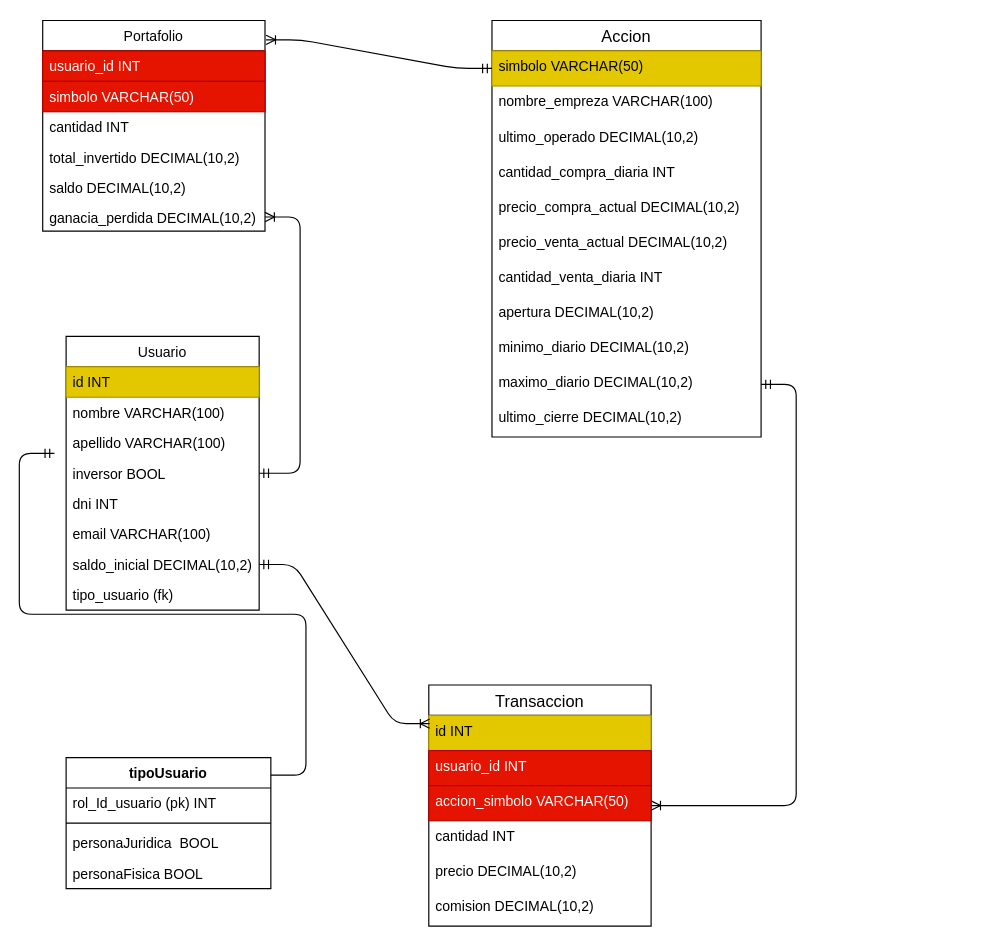
Above: base_de_datos/proyecto.drawio in ispc-team-13/argBrokerDemo (draw.io), before the change. Source tidied: cells renumbered, new cells numbered last; positions are measured from the earlier drawing's top-left corner, leaving out a move shared by most shapes. Both pictures are drawn from the tidied source at 117%, with x=0, y=0 at pixel (42, 20).
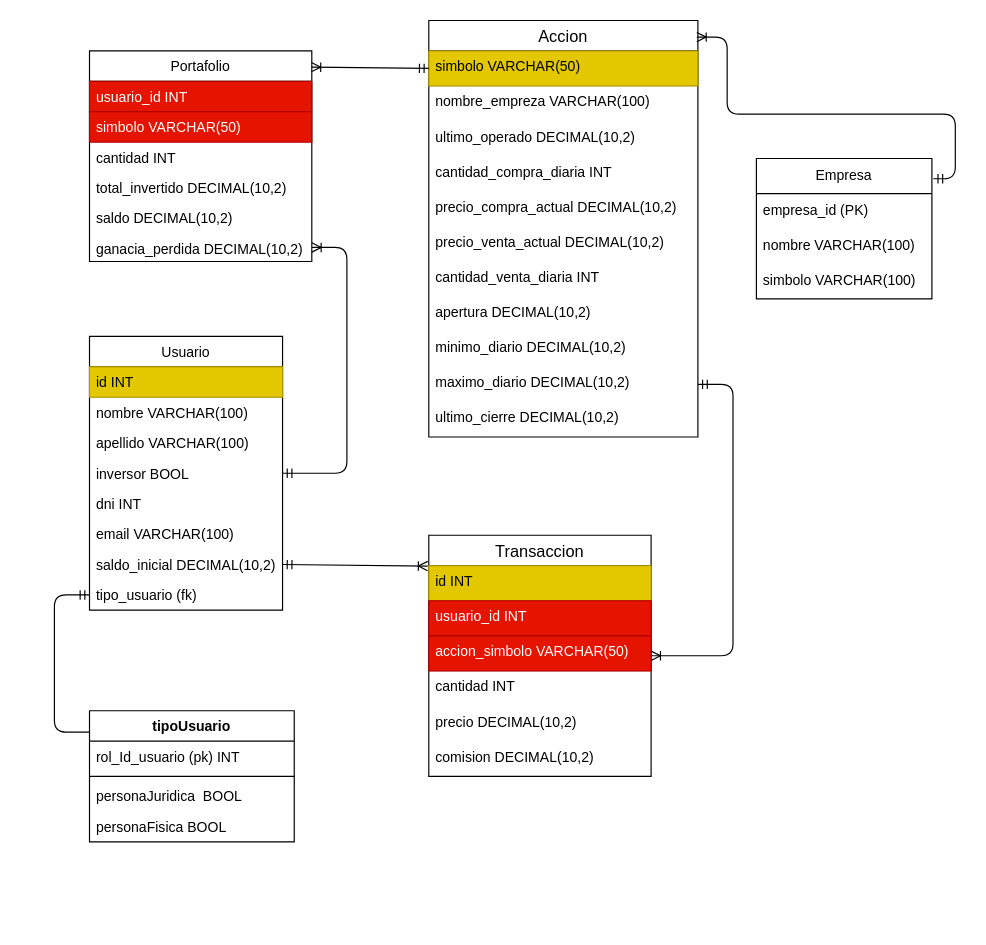
Above is the later version.

Commit message:
Add Tabla Empresa BD

The change refers to these unchanged cells:
```xml
<mxCell id="16" value="saldo_inicial DECIMAL(10,2)" style="text;strokeColor=none;fillColor=none;align=left;verticalAlign=top;spacingLeft=4;spacingRight=4;overflow=hidden;points=[[0,0.5],[1,0.5]];portConstraint=eastwest;" parent="9" vertex="1">
  <mxGeometry y="182" width="165" height="26" as="geometry" />
</mxCell>
<mxCell id="17" value="tipo_usuario (fk)" style="text;strokeColor=none;fillColor=none;align=left;verticalAlign=top;spacingLeft=4;spacingRight=4;overflow=hidden;points=[[0,0.5],[1,0.5]];portConstraint=eastwest;" parent="9" vertex="1">
  <mxGeometry y="208" width="165" height="26" as="geometry" />
</mxCell>
<mxCell id="20" value="simbolo VARCHAR(50)" style="text;strokeColor=#B09500;fillColor=#e3c800;spacingLeft=4;spacingRight=4;overflow=hidden;points=[[0,0.5],[1,0.5]];portConstraint=eastwest;fontSize=12;fontColor=#000000;" parent="19" vertex="1">
  <mxGeometry y="26" width="230" height="30" as="geometry" />
</mxCell>
<mxCell id="33" value="id INT" style="text;strokeColor=#B09500;fillColor=#e3c800;spacingLeft=4;spacingRight=4;overflow=hidden;points=[[0,0.5],[1,0.5]];portConstraint=eastwest;fontSize=12;fontColor=#000000;" parent="32" vertex="1">
  <mxGeometry y="26" width="190" height="30" as="geometry" />
</mxCell>
```

What changed in the source:
```diff
@@
     <mxCell id="2" value="Portafolio" style="swimlane;fontStyle=0;horizontal=1;startSize=26;fillColor=default;" parent="1" vertex="1">
-      <mxGeometry width="190" height="180" as="geometry" />
+      <mxGeometry x="40" y="26" width="190" height="180" as="geometry" />
     </mxCell>
@@
     <mxCell id="9" value="Usuario" style="swimlane;fontStyle=0;horizontal=1;startSize=26;fillColor=default;direction=east;" parent="1" vertex="1">
-      <mxGeometry x="20" y="270" width="165" height="234" as="geometry" />
+      <mxGeometry x="40" y="270" width="165" height="234" as="geometry" />
     </mxCell>
@@
     <mxCell id="19" value="Accion" style="swimlane;fontStyle=0;horizontal=1;startSize=26;align=center;fontSize=14;" parent="1" vertex="1">
-      <mxGeometry x="384" width="230" height="356" as="geometry" />
+      <mxGeometry x="330" width="230" height="356" as="geometry" />
     </mxCell>
@@
-    <mxCell id="31" style="edgeStyle=entityRelationEdgeStyle;fontSize=12;html=1;endArrow=ERoneToMany;startArrow=ERmandOne;entryX=1.005;entryY=0.092;entryDx=0;entryDy=0;entryPerimeter=0;exitX=0;exitY=0.5;exitDx=0;exitDy=0;" parent="1" edge="1" source="20" target="2">
+    <mxCell id="31" style="fontSize=12;html=1;endArrow=ERoneToMany;startArrow=ERmandOne;entryX=0.998;entryY=0.077;entryDx=0;entryDy=0;entryPerimeter=0;exitX=0;exitY=0.5;exitDx=0;exitDy=0;" parent="1" edge="1" source="20" target="2">
       <mxGeometry relative="1" as="geometry" />
     </mxCell>
     <mxCell id="32" value="Transaccion" style="swimlane;fontStyle=0;horizontal=1;startSize=26;align=center;fontSize=14;fillColor=default;" parent="1" vertex="1">
-      <mxGeometry x="330" y="568" width="190" height="206" as="geometry" />
+      <mxGeometry x="330" y="440" width="190" height="206" as="geometry" />
     </mxCell>
@@
-    <mxCell id="39" style="edgeStyle=entityRelationEdgeStyle;fontSize=12;html=1;endArrow=ERoneToMany;startArrow=ERmandOne;exitX=1;exitY=0.5;exitDx=0;exitDy=0;entryX=0.004;entryY=0.234;entryDx=0;entryDy=0;entryPerimeter=0;" parent="1" edge="1" source="16" target="33">
+    <mxCell id="39" style="fontSize=12;html=1;endArrow=ERoneToMany;startArrow=ERmandOne;exitX=1;exitY=0.5;exitDx=0;exitDy=0;entryX=-0.005;entryY=0.01;entryDx=0;entryDy=0;entryPerimeter=0;" parent="1" edge="1" source="16" target="33">
       <mxGeometry relative="1" as="geometry" />
     </mxCell>
@@
     <mxCell id="41" value="tipoUsuario" style="swimlane;fontStyle=1;align=center;verticalAlign=top;horizontal=1;startSize=26;" parent="1" vertex="1">
-      <mxGeometry x="20" y="630" width="175" height="112" as="geometry" />
+      <mxGeometry x="40" y="590" width="175" height="112" as="geometry" />
     </mxCell>
@@
-    <mxCell id="46" style="edgeStyle=entityRelationEdgeStyle;fontSize=12;html=1;endArrow=ERmandOne;" parent="1" edge="1">
+    <mxCell id="46" style="edgeStyle=orthogonalEdgeStyle;fontSize=12;html=1;endArrow=ERmandOne;entryX=0;entryY=0.5;entryDx=0;entryDy=0;rounded=1;elbow=vertical;exitX=0.001;exitY=0.163;exitDx=0;exitDy=0;exitPerimeter=0;" parent="1" edge="1" source="41" target="17">
       <mxGeometry relative="1" as="geometry">
-        <mxPoint x="195" y="645" as="sourcePoint" />
-        <mxPoint x="10" y="370" as="targetPoint" />
+        <Array as="points">
+          <mxPoint x="10" y="608" />
+          <mxPoint x="10" y="491" />
+        </Array>
       </mxGeometry>
     </mxCell>
+    <mxCell id="47" value="Empresa" style="swimlane;fontStyle=0;horizontal=1;startSize=30;whiteSpace=wrap;html=1;" parent="1" vertex="1">
+      <mxGeometry x="610" y="118" width="150" height="120" as="geometry" />
+    </mxCell>
+    <mxCell id="48" value="empresa_id (PK)" style="text;strokeColor=none;fillColor=none;align=left;verticalAlign=middle;spacingLeft=4;spacingRight=4;overflow=hidden;whiteSpace=wrap;html=1;" parent="47" vertex="1">
+      <mxGeometry y="30" width="150" height="30" as="geometry" />
+    </mxCell>
+    <mxCell id="49" value="nombre VARCHAR(100)" style="text;strokeColor=none;fillColor=none;align=left;verticalAlign=middle;spacingLeft=4;spacingRight=4;overflow=hidden;whiteSpace=wrap;html=1;" parent="47" vertex="1">
+      <mxGeometry y="60" width="150" height="30" as="geometry" />
+    </mxCell>
+    <mxCell id="50" value="simbolo VARCHAR(100)" style="text;strokeColor=none;fillColor=none;align=left;verticalAlign=middle;spacingLeft=4;spacingRight=4;overflow=hidden;whiteSpace=wrap;html=1;" parent="47" vertex="1">
+      <mxGeometry y="90" width="150" height="30" as="geometry" />
+    </mxCell>
+    <mxCell id="51" style="edgeStyle=orthogonalEdgeStyle;fontSize=12;html=1;endArrow=ERoneToMany;startArrow=ERmandOne;exitX=1.008;exitY=0.144;exitDx=0;exitDy=0;exitPerimeter=0;entryX=0.996;entryY=0.04;entryDx=0;entryDy=0;entryPerimeter=0;" parent="1" edge="1" source="47" target="19">
+      <mxGeometry relative="1" as="geometry">
+        <Array as="points">
+          <mxPoint x="780" y="135" />
+          <mxPoint x="780" y="80" />
+          <mxPoint x="585" y="80" />
+          <mxPoint x="585" y="14" />
+        </Array>
+      </mxGeometry>
+    </mxCell>
```
